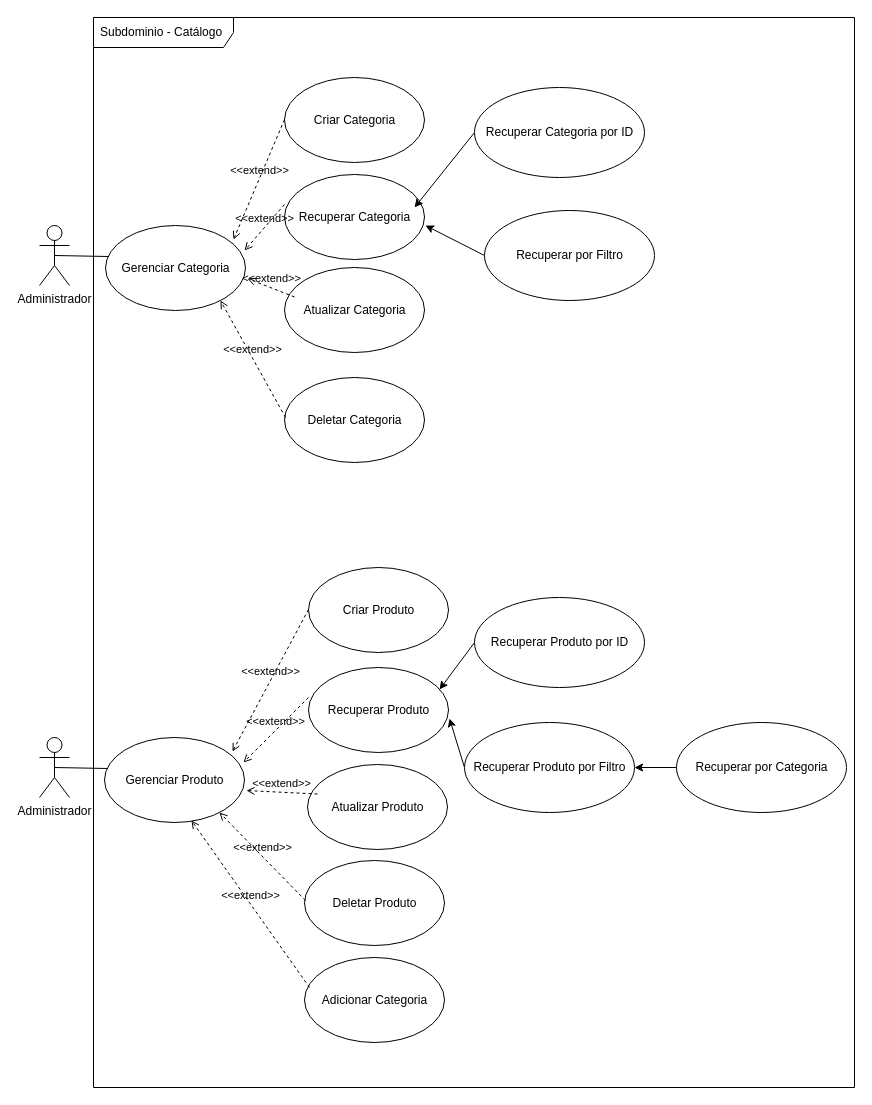
Above: page "Subdominio - Catálogo" (2 of 2) of requirements/ecommerce-use-case.drawio in Rrodrigo2525/ecommerce-node-api (draw.io), before the change. Source tidied: cells renumbered, new cells numbered last; positions are measured from the earlier drawing's top-left corner, leaving out a move shared by most shapes. Both pictures are drawn from the tidied source at 100%, with x=0, y=0 at pixel (39, 17).
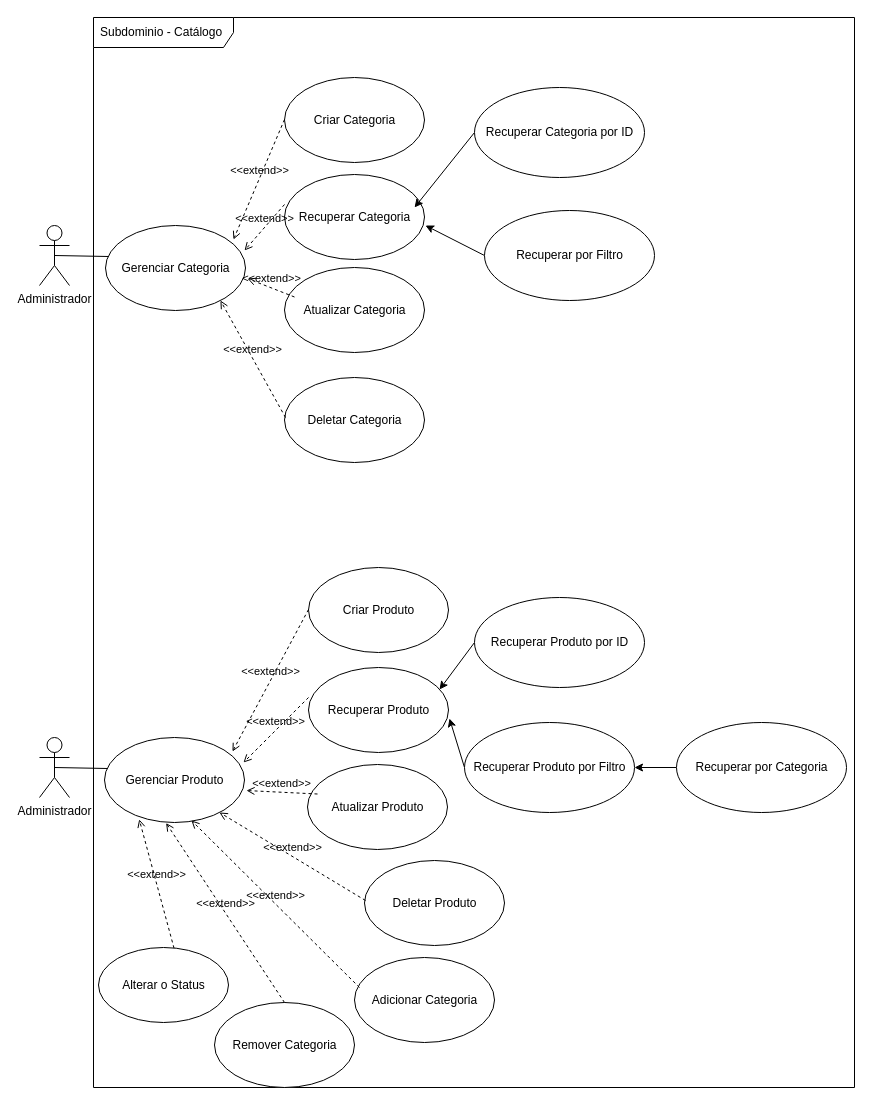
The same diagram, later.

Unchanged cells that the change refers to:
```xml
<mxCell id="20" value="Gerenciar Produto&lt;br&gt;" style="shape=ellipse;horizontal=1;html=1;dashed=0;" parent="1" vertex="1">
  <mxGeometry x="65" y="720" width="140" height="85" as="geometry" />
</mxCell>
```

Change to the diagram source:
```diff
@@
     <mxCell id="27" value="Deletar Produto" style="shape=ellipse;horizontal=1;html=1;dashed=0;" parent="1" vertex="1">
-      <mxGeometry x="265" y="843" width="140" height="85" as="geometry" />
+      <mxGeometry x="325" y="843" width="140" height="85" as="geometry" />
     </mxCell>
@@
     <mxCell id="33" value="Adicionar Categoria" style="shape=ellipse;horizontal=1;html=1;dashed=0;" parent="1" vertex="1">
-      <mxGeometry x="265" y="940" width="140" height="85" as="geometry" />
+      <mxGeometry x="315" y="940" width="140" height="85" as="geometry" />
     </mxCell>
@@
+    <mxCell id="37" value="Remover Categoria" style="shape=ellipse;horizontal=1;html=1;dashed=0;" parent="1" vertex="1">
+      <mxGeometry x="175" y="985" width="140" height="85" as="geometry" />
+    </mxCell>
+    <mxCell id="38" value="&amp;lt;&amp;lt;extend&amp;gt;&amp;gt;" style="html=1;verticalAlign=bottom;labelBackgroundColor=none;endArrow=open;endFill=0;dashed=1;exitX=0.5;exitY=0;exitDx=0;exitDy=0;entryX=0.44;entryY=1.006;entryDx=0;entryDy=0;entryPerimeter=0;" parent="1" edge="1" source="37" target="20">
+      <mxGeometry relative="1" as="geometry" />
+    </mxCell>
+    <mxCell id="39" value="Alterar o Status" style="shape=ellipse;horizontal=1;html=1;dashed=0;" parent="1" vertex="1">
+      <mxGeometry x="59" y="930" width="130" height="75" as="geometry" />
+    </mxCell>
+    <mxCell id="40" value="&amp;lt;&amp;lt;extend&amp;gt;&amp;gt;" style="html=1;verticalAlign=bottom;labelBackgroundColor=none;endArrow=open;endFill=0;dashed=1;exitX=0.581;exitY=0.009;exitDx=0;exitDy=0;entryX=0.248;entryY=0.963;entryDx=0;entryDy=0;entryPerimeter=0;exitPerimeter=0;" parent="1" edge="1" source="39" target="20">
+      <mxGeometry relative="1" as="geometry" />
+    </mxCell>
```
